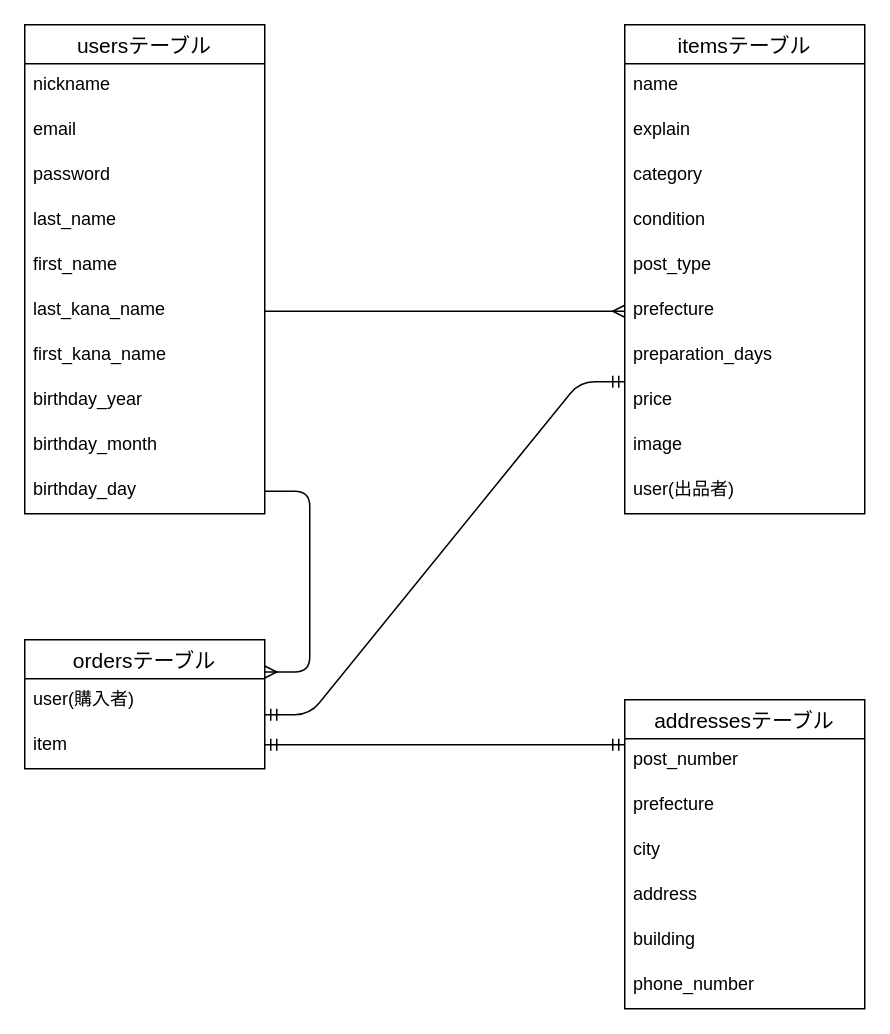
This is test.dio from Daiki-Hashiguchi-INR/furima-33494, a draw.io file, before an edit. Source tidied: cells renumbered, new cells numbered last; positions are measured from the earlier drawing's top-left corner, leaving out a move shared by most shapes. Both pictures are drawn from the tidied source at 150%, with x=0, y=0 at pixel (24, 24).
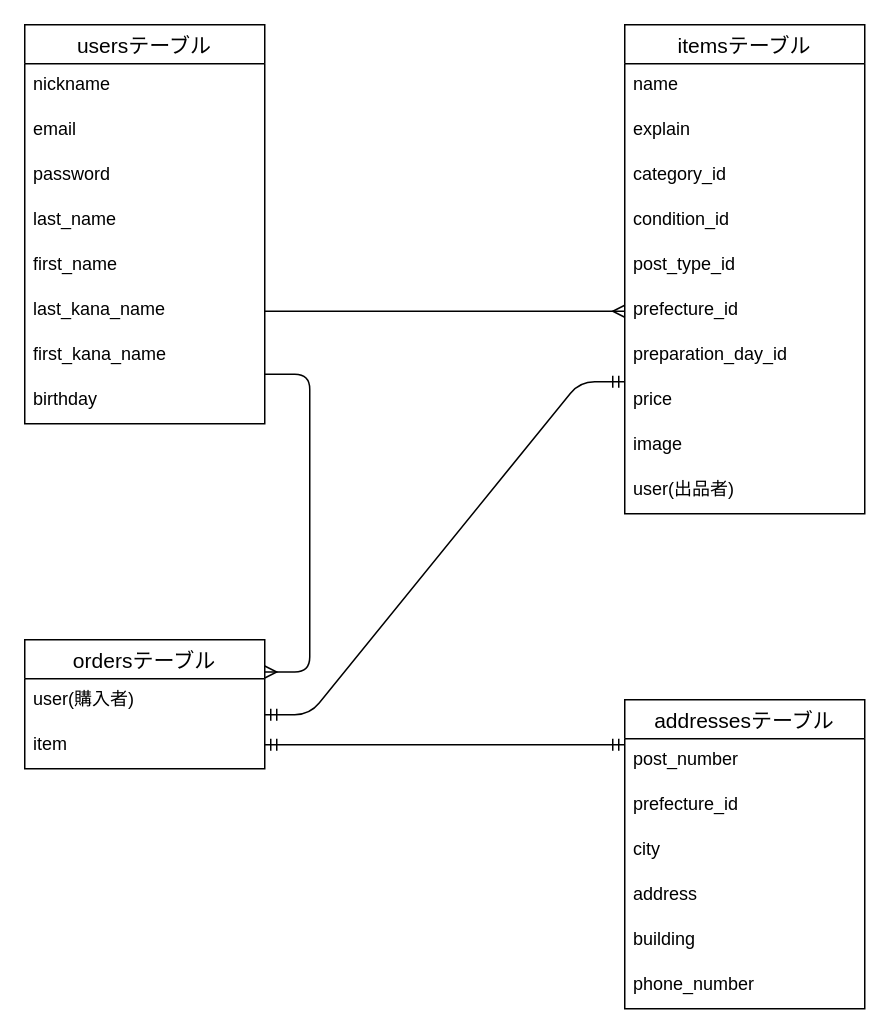
Above is the later version.

Commit message (it also covers changes not shown here):
データベース設計の訂正

The change refers to these unchanged cells:
```xml
<mxCell id="13" value="itemsテーブル" style="swimlane;fontStyle=0;horizontal=1;startSize=26;align=center;fontSize=14;" parent="1" vertex="1">
  <mxGeometry x="400" width="160" height="326" as="geometry" />
</mxCell>
<mxCell id="24" value="addressesテーブル" style="swimlane;fontStyle=0;horizontal=1;startSize=26;align=center;fontSize=14;" parent="1" vertex="1">
  <mxGeometry x="400" y="450" width="160" height="206" as="geometry" />
</mxCell>
<mxCell id="31" value="ordersテーブル" style="swimlane;fontStyle=0;horizontal=1;startSize=26;align=center;fontSize=14;" parent="1" vertex="1">
  <mxGeometry y="410" width="160" height="86" as="geometry" />
</mxCell>
```

Change to the diagram source:
```diff
@@
     <mxCell id="2" value="usersテーブル" style="swimlane;fontStyle=0;horizontal=1;startSize=26;align=center;fontSize=14;" parent="1" vertex="1">
-      <mxGeometry width="160" height="326" as="geometry" />
+      <mxGeometry width="160" height="266" as="geometry" />
     </mxCell>
@@
-    <mxCell id="10" value="birthday_year" style="text;strokeColor=none;fillColor=none;spacingLeft=4;spacingRight=4;overflow=hidden;fontSize=12;shadow=0;" parent="2" vertex="1">
+    <mxCell id="10" value="birthday" style="text;strokeColor=none;fillColor=none;spacingLeft=4;spacingRight=4;overflow=hidden;fontSize=12;shadow=0;" parent="2" vertex="1">
       <mxGeometry y="236" width="160" height="30" as="geometry" />
     </mxCell>
-    <mxCell id="11" value="birthday_month" style="text;strokeColor=none;fillColor=none;spacingLeft=4;spacingRight=4;overflow=hidden;fontSize=12;shadow=0;" parent="2" vertex="1">
-      <mxGeometry y="266" width="160" height="30" as="geometry" />
-    </mxCell>
-    <mxCell id="12" value="birthday_day" style="text;strokeColor=none;fillColor=none;spacingLeft=4;spacingRight=4;overflow=hidden;points=[[0,0.5],[1,0.5]];portConstraint=eastwest;fontSize=12;shadow=0;" parent="2" vertex="1">
-      <mxGeometry y="296" width="160" height="30" as="geometry" />
-    </mxCell>
@@
-    <mxCell id="16" value="category" style="text;strokeColor=none;fillColor=none;spacingLeft=4;spacingRight=4;overflow=hidden;fontSize=12;" parent="13" vertex="1">
+    <mxCell id="16" value="category_id" style="text;strokeColor=none;fillColor=none;spacingLeft=4;spacingRight=4;overflow=hidden;fontSize=12;" parent="13" vertex="1">
       <mxGeometry y="86" width="160" height="30" as="geometry" />
     </mxCell>
-    <mxCell id="17" value="condition" style="text;strokeColor=none;fillColor=none;spacingLeft=4;spacingRight=4;overflow=hidden;fontSize=12;shadow=0;" parent="13" vertex="1">
+    <mxCell id="17" value="condition_id" style="text;strokeColor=none;fillColor=none;spacingLeft=4;spacingRight=4;overflow=hidden;fontSize=12;shadow=0;" parent="13" vertex="1">
       <mxGeometry y="116" width="160" height="30" as="geometry" />
     </mxCell>
-    <mxCell id="18" value="post_type" style="text;strokeColor=none;fillColor=none;spacingLeft=4;spacingRight=4;overflow=hidden;fontSize=12;shadow=0;" parent="13" vertex="1">
+    <mxCell id="18" value="post_type_id" style="text;strokeColor=none;fillColor=none;spacingLeft=4;spacingRight=4;overflow=hidden;fontSize=12;shadow=0;" parent="13" vertex="1">
       <mxGeometry y="146" width="160" height="30" as="geometry" />
     </mxCell>
-    <mxCell id="19" value="prefecture" style="text;strokeColor=none;fillColor=none;spacingLeft=4;spacingRight=4;overflow=hidden;points=[[0,0.5],[1,0.5]];portConstraint=eastwest;fontSize=12;shadow=0;" parent="13" vertex="1">
+    <mxCell id="19" value="prefecture_id" style="text;strokeColor=none;fillColor=none;spacingLeft=4;spacingRight=4;overflow=hidden;points=[[0,0.5],[1,0.5]];portConstraint=eastwest;fontSize=12;shadow=0;" parent="13" vertex="1">
       <mxGeometry y="176" width="160" height="30" as="geometry" />
     </mxCell>
-    <mxCell id="20" value="preparation_days" style="text;strokeColor=none;fillColor=none;spacingLeft=4;spacingRight=4;overflow=hidden;fontSize=12;shadow=0;" parent="13" vertex="1">
+    <mxCell id="20" value="preparation_day_id" style="text;strokeColor=none;fillColor=none;spacingLeft=4;spacingRight=4;overflow=hidden;fontSize=12;shadow=0;" parent="13" vertex="1">
       <mxGeometry y="206" width="160" height="30" as="geometry" />
     </mxCell>
@@
-    <mxCell id="26" value="prefecture" style="text;strokeColor=none;fillColor=none;spacingLeft=4;spacingRight=4;overflow=hidden;fontSize=12;" parent="24" vertex="1">
+    <mxCell id="26" value="prefecture_id" style="text;strokeColor=none;fillColor=none;spacingLeft=4;spacingRight=4;overflow=hidden;fontSize=12;" parent="24" vertex="1">
       <mxGeometry y="56" width="160" height="30" as="geometry" />
     </mxCell>
@@
-    <mxCell id="35" style="edgeStyle=entityRelationEdgeStyle;fontSize=12;html=1;endArrow=ERmany;exitX=1;exitY=0.5;exitDx=0;exitDy=0;entryX=1;entryY=0.25;entryDx=0;entryDy=0;" parent="1" edge="1" source="12" target="31">
-      <mxGeometry relative="1" as="geometry" />
+    <mxCell id="35" style="edgeStyle=entityRelationEdgeStyle;fontSize=12;html=1;endArrow=ERmany;entryX=1;entryY=0.25;entryDx=0;entryDy=0;" parent="1" edge="1" target="31">
+      <mxGeometry relative="1" as="geometry">
+        <mxPoint x="160" y="233" as="sourcePoint" />
+      </mxGeometry>
     </mxCell>
```
